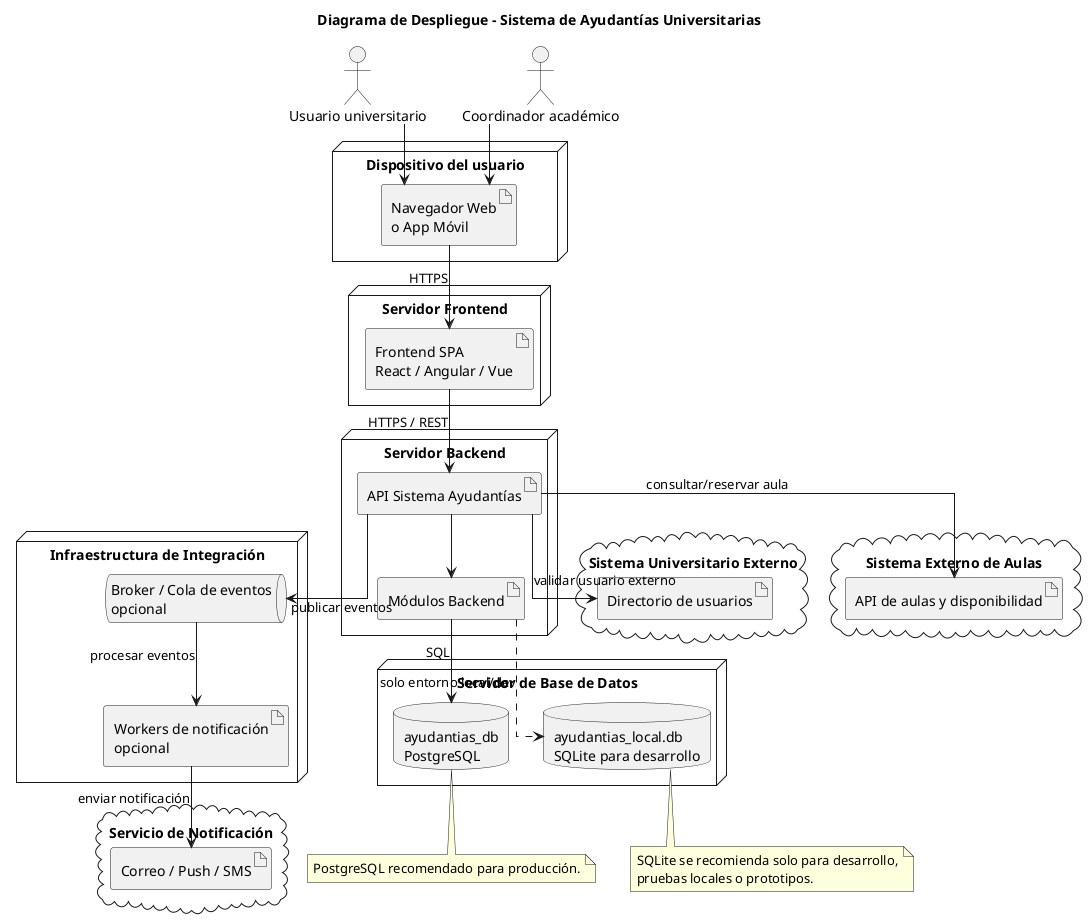
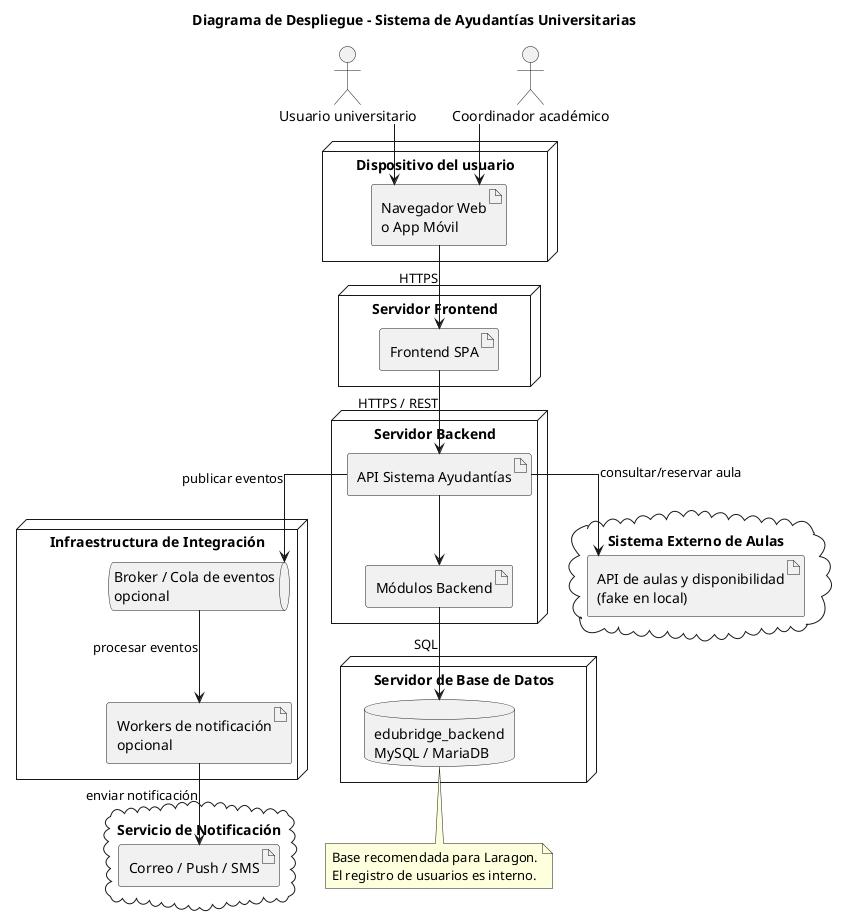
@startuml
- ' ============================================================
- ' DIAGRAMA DE DESPLIEGUE - Sistema de Ayudantías Universitarias
- ' ============================================================
- 
skinparam shadowing false
skinparam linetype ortho

title Diagrama de Despliegue - Sistema de Ayudantías Universitarias

actor "Usuario universitario" as Usuario
actor "Coordinador académico" as Coordinador

node "Dispositivo del usuario" as ClientDevice {
  artifact "Navegador Web\no App Móvil" as Browser
}

node "Servidor Frontend" as FrontendServer {
-   artifact "Frontend SPA\nReact / Angular / Vue" as FrontendApp
+   artifact "Frontend SPA" as FrontendApp
}

node "Servidor Backend" as BackendServer {
  artifact "API Sistema Ayudantías" as BackendApp
  artifact "Módulos Backend" as BackendModules
}

node "Servidor de Base de Datos" as DatabaseServer {
-   database "ayudantias_db\nPostgreSQL" as PostgreSQL
-   database "ayudantias_local.db\nSQLite para desarrollo" as SQLite
+   database "edubridge_backend\nMySQL / MariaDB" as MySQL
}

node "Infraestructura de Integración" as IntegrationNode {
  queue "Broker / Cola de eventos\nopcional" as Broker
  artifact "Workers de notificación\nopcional" as Workers
}

- cloud "Sistema Universitario Externo" as UniversitySystem {
-   artifact "Directorio de usuarios" as DirectoryAPI
- }
- 
cloud "Sistema Externo de Aulas" as ClassroomSystem {
-   artifact "API de aulas y disponibilidad" as ClassroomAPI
+   artifact "API de aulas y disponibilidad\n(fake en local)" as ClassroomAPI
}

cloud "Servicio de Notificación" as NotificationCloud {
  artifact "Correo / Push / SMS" as NotificationAPI
}

Usuario --> Browser
Coordinador --> Browser
Browser --> FrontendApp : HTTPS
FrontendApp --> BackendApp : HTTPS / REST

BackendApp --> BackendModules
- BackendModules --> PostgreSQL : SQL
- BackendModules ..> SQLite : solo entorno local/dev
- 
- BackendApp --> DirectoryAPI : validar usuario externo
+ BackendModules --> MySQL : SQL
BackendApp --> ClassroomAPI : consultar/reservar aula
BackendApp --> Broker : publicar eventos
Broker --> Workers : procesar eventos
Workers --> NotificationAPI : enviar notificación

- note bottom of SQLite
-   SQLite se recomienda solo para desarrollo,
-   pruebas locales o prototipos.
- end note
- 
- note bottom of PostgreSQL
-   PostgreSQL recomendado para producción.
+ note bottom of MySQL
+   Base recomendada para Laragon.
+   El registro de usuarios es interno.
end note

@enduml
